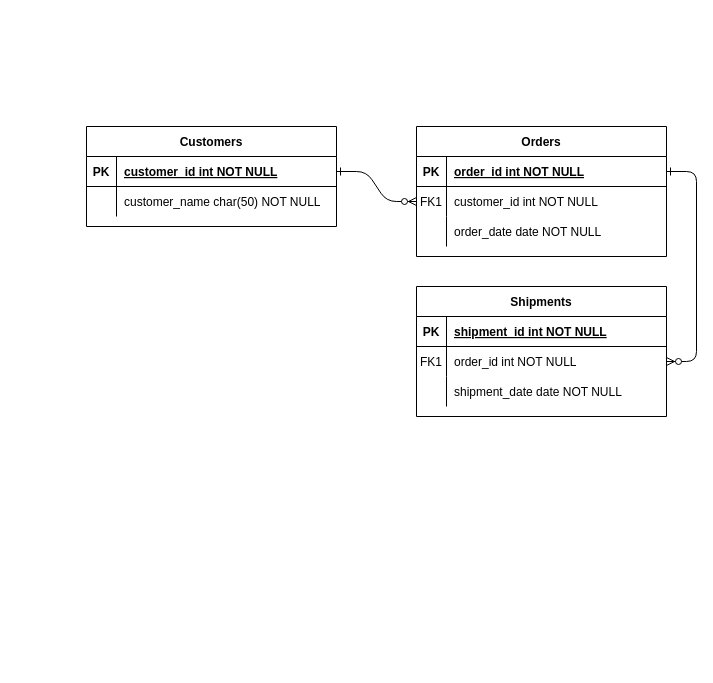
Before: db/lmelp.drawio in castorfou/lmelp, a draw.io diagram. Source tidied: cells renumbered, new cells numbered last; positions are measured from the earlier drawing's top-left corner, leaving out a move shared by most shapes. Both pictures are drawn from the tidied source at 100%, with x=0, y=0 at pixel (86, 126).
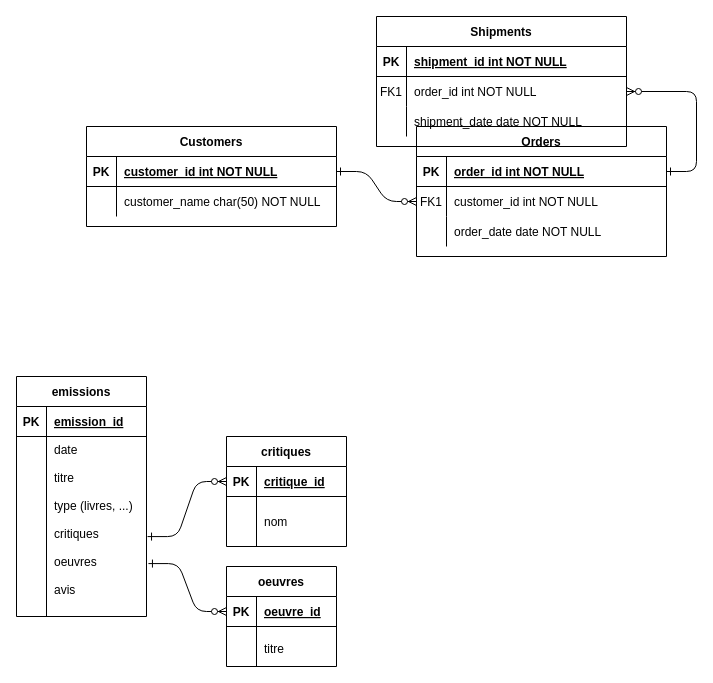
Above is the later version.

Commit message:
init avec emission critiques oeuvres

Diff of the diagram source:
```diff
@@
     <mxCell id="14" value="Shipments" style="shape=table;startSize=30;childLayout=tableLayout;rowLines=0;fontStyle=1;align=center;" parent="1" vertex="1">
-      <mxGeometry x="330" y="160" width="250" height="130" as="geometry" />
+      <mxGeometry x="290" y="-110" width="250" height="130" as="geometry" />
     </mxCell>
@@
+    <mxCell id="31" value="emissions" style="shape=table;startSize=30;childLayout=tableLayout;rowLines=0;fontStyle=1;align=center;" parent="1" vertex="1">
+      <mxGeometry x="-70" y="250" width="130" height="240" as="geometry" />
+    </mxCell>
+    <mxCell id="32" style="shape=partialRectangle;fillColor=none;top=0;left=0;right=0;bottom=1;" parent="31" vertex="1">
+      <mxGeometry y="30" width="130" height="30" as="geometry" />
+    </mxCell>
+    <mxCell id="33" value="PK" style="shape=partialRectangle;overflow=hidden;fillColor=none;top=0;left=0;bottom=0;right=0;fontStyle=1;" parent="32" vertex="1">
+      <mxGeometry width="30" height="30" as="geometry" />
+    </mxCell>
+    <mxCell id="34" value="emission_id" style="shape=partialRectangle;overflow=hidden;fillColor=none;top=0;left=0;bottom=0;right=0;align=left;spacingLeft=6;fontStyle=5;" parent="32" vertex="1">
+      <mxGeometry x="30" width="100" height="30" as="geometry" />
+    </mxCell>
+    <mxCell id="35" style="shape=partialRectangle;fillColor=none;points=[[0,0.5],[1,0.5]];portConstraint=eastwest;top=0;left=0;right=0;bottom=0;" parent="31" vertex="1">
+      <mxGeometry y="60" width="130" height="180" as="geometry" />
+    </mxCell>
+    <mxCell id="36" style="shape=partialRectangle;overflow=hidden;fillColor=none;top=0;left=0;bottom=0;right=0;" parent="35" vertex="1">
+      <mxGeometry width="30" height="180" as="geometry" />
+    </mxCell>
+    <mxCell id="37" value="date&#10;&#10;titre&#10;&#10;type (livres, ...)&#10;&#10;critiques&#10;&#10;oeuvres&#10;&#10;avis&#10;" style="shape=partialRectangle;overflow=hidden;fillColor=none;top=0;left=0;bottom=0;right=0;align=left;spacingLeft=6;" parent="35" vertex="1">
+      <mxGeometry x="30" width="100" height="180" as="geometry" />
+    </mxCell>
+    <mxCell id="38" value="oeuvres" style="shape=table;startSize=30;childLayout=tableLayout;rowLines=0;fontStyle=1;align=center;" parent="1" vertex="1">
+      <mxGeometry x="140" y="440" width="110" height="100" as="geometry" />
+    </mxCell>
+    <mxCell id="39" style="shape=partialRectangle;fillColor=none;points=[[0,0.5],[1,0.5]];portConstraint=eastwest;top=0;left=0;right=0;bottom=1;" parent="38" vertex="1">
+      <mxGeometry y="30" width="110" height="30" as="geometry" />
+    </mxCell>
+    <mxCell id="40" value="PK" style="shape=partialRectangle;overflow=hidden;fillColor=none;top=0;left=0;bottom=0;right=0;fontStyle=1;" parent="39" vertex="1">
+      <mxGeometry width="30" height="30" as="geometry" />
+    </mxCell>
+    <mxCell id="41" value="oeuvre_id" style="shape=partialRectangle;overflow=hidden;fillColor=none;top=0;left=0;bottom=0;right=0;align=left;spacingLeft=6;fontStyle=5;" parent="39" vertex="1">
+      <mxGeometry x="30" width="80" height="30" as="geometry" />
+    </mxCell>
+    <mxCell id="42" style="shape=partialRectangle;fillColor=none;top=0;left=0;right=0;bottom=0;" parent="38" vertex="1">
+      <mxGeometry y="60" width="110" height="40" as="geometry" />
+    </mxCell>
+    <mxCell id="43" style="shape=partialRectangle;overflow=hidden;fillColor=none;top=0;left=0;bottom=0;right=0;" parent="42" vertex="1">
+      <mxGeometry width="30" height="40" as="geometry" />
+    </mxCell>
+    <mxCell id="44" value="&#10;titre&#10;&#10;&#10;" style="shape=partialRectangle;overflow=hidden;fillColor=none;top=0;left=0;bottom=0;right=0;align=left;spacingLeft=6;" parent="42" vertex="1">
+      <mxGeometry x="30" width="80" height="40" as="geometry" />
+    </mxCell>
+    <mxCell id="45" style="edgeStyle=entityRelationEdgeStyle;endArrow=ERzeroToMany;startArrow=ERone;endFill=1;startFill=0;exitX=1.015;exitY=0.706;exitDx=0;exitDy=0;entryX=0;entryY=0.5;entryDx=0;entryDy=0;exitPerimeter=0;" parent="1" edge="1" source="35" target="39">
+      <mxGeometry relative="1" as="geometry" />
+    </mxCell>
+    <mxCell id="46" value="critiques" style="shape=table;startSize=30;childLayout=tableLayout;rowLines=0;fontStyle=1;align=center;" parent="1" vertex="1">
+      <mxGeometry x="140" y="310" width="120" height="110" as="geometry" />
+    </mxCell>
+    <mxCell id="47" style="shape=partialRectangle;fillColor=none;points=[[0,0.5],[1,0.5]];portConstraint=eastwest;top=0;left=0;right=0;bottom=1;" parent="46" vertex="1">
+      <mxGeometry y="30" width="120" height="30" as="geometry" />
+    </mxCell>
+    <mxCell id="48" value="PK" style="shape=partialRectangle;overflow=hidden;fillColor=none;top=0;left=0;bottom=0;right=0;fontStyle=1;" parent="47" vertex="1">
+      <mxGeometry width="30" height="30" as="geometry" />
+    </mxCell>
+    <mxCell id="49" value="critique_id" style="shape=partialRectangle;overflow=hidden;fillColor=none;top=0;left=0;bottom=0;right=0;align=left;spacingLeft=6;fontStyle=5;" parent="47" vertex="1">
+      <mxGeometry x="30" width="90" height="30" as="geometry" />
+    </mxCell>
+    <mxCell id="50" style="shape=partialRectangle;fillColor=none;top=0;left=0;right=0;bottom=0;" parent="46" vertex="1">
+      <mxGeometry y="60" width="120" height="50" as="geometry" />
+    </mxCell>
+    <mxCell id="51" style="shape=partialRectangle;overflow=hidden;fillColor=none;top=0;left=0;bottom=0;right=0;" parent="50" vertex="1">
+      <mxGeometry width="30" height="50" as="geometry" />
+    </mxCell>
+    <mxCell id="52" value="&#10;nom&#10;" style="shape=partialRectangle;overflow=hidden;fillColor=none;top=0;left=0;bottom=0;right=0;align=left;spacingLeft=6;" parent="50" vertex="1">
+      <mxGeometry x="30" width="90" height="50" as="geometry" />
+    </mxCell>
+    <mxCell id="53" style="edgeStyle=entityRelationEdgeStyle;endArrow=ERzeroToMany;startArrow=ERone;endFill=1;startFill=0;exitX=1.008;exitY=0.556;exitDx=0;exitDy=0;entryX=0;entryY=0.5;entryDx=0;entryDy=0;exitPerimeter=0;" parent="1" edge="1" source="35" target="47">
+      <mxGeometry relative="1" as="geometry" />
+    </mxCell>
```
